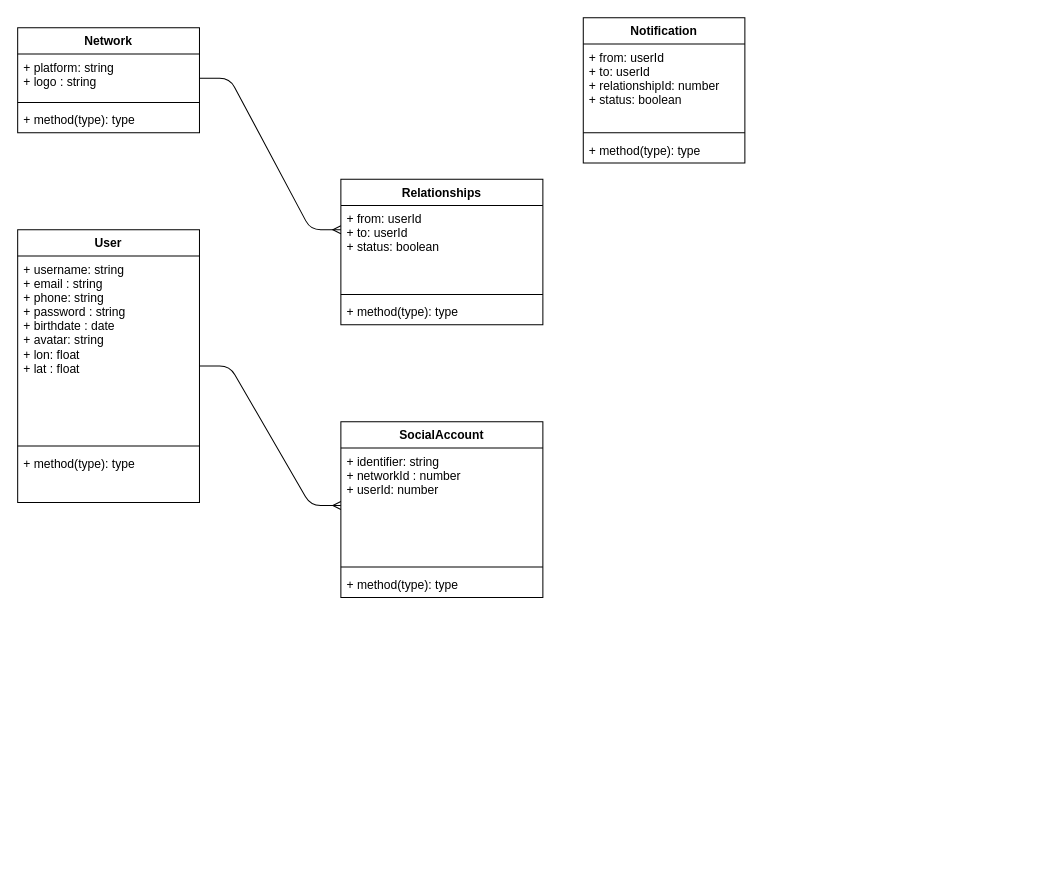
kayode-adechinan/social-api-class-diagram keeps this draw.io diagram as eyeco.drawio. Above is the earlier version. Source tidied: cells renumbered, new cells numbered last; positions are measured from the earlier drawing's top-left corner, leaving out a move shared by most shapes. Both pictures are drawn from the tidied source at 101%, with x=0, y=0 at pixel (17, 17).
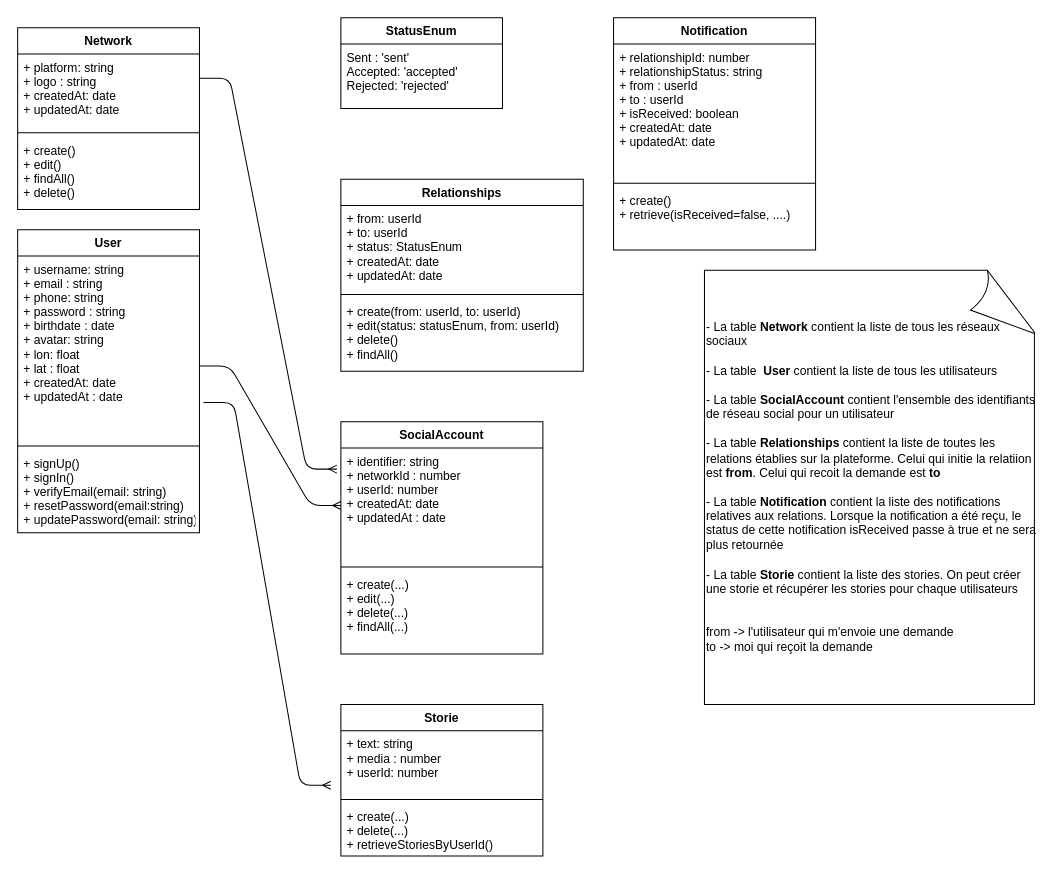
The same page after the edit.

Change to the diagram source:
```diff
@@
     <mxCell id="2" value="User" style="swimlane;fontStyle=1;align=center;verticalAlign=top;horizontal=1;startSize=26;" parent="1" vertex="1">
-      <mxGeometry y="210" width="180" height="270" as="geometry" />
+      <mxGeometry y="210" width="180" height="300" as="geometry" />
     </mxCell>
-    <mxCell id="3" value="+ username: string&#10;+ email : string&#10;+ phone: string&#10;+ password : string&#10;+ birthdate : date&#10;+ avatar: string&#10;+ lon: float&#10;+ lat : float" style="text;strokeColor=none;fillColor=none;align=left;verticalAlign=top;spacingLeft=4;spacingRight=4;overflow=hidden;points=[[0,0.5],[1,0.5]];portConstraint=eastwest;" parent="2" vertex="1">
+    <mxCell id="3" value="+ username: string&#10;+ email : string&#10;+ phone: string&#10;+ password : string&#10;+ birthdate : date&#10;+ avatar: string&#10;+ lon: float&#10;+ lat : float&#10;+ createdAt: date&#10;+ updatedAt : date" style="text;strokeColor=none;fillColor=none;align=left;verticalAlign=top;spacingLeft=4;spacingRight=4;overflow=hidden;points=[[0,0.5],[1,0.5]];portConstraint=eastwest;" parent="2" vertex="1">
       <mxGeometry y="26" width="180" height="184" as="geometry" />
     </mxCell>
@@
-    <mxCell id="5" value="+ method(type): type" style="text;strokeColor=none;fillColor=none;align=left;verticalAlign=top;spacingLeft=4;spacingRight=4;overflow=hidden;" parent="2" vertex="1">
-      <mxGeometry y="218" width="180" height="52" as="geometry" />
+    <mxCell id="5" value="+ signUp()&#10;+ signIn()&#10;+ verifyEmail(email: string)&#10;+ resetPassword(email:string)&#10;+ updatePassword(email: string)" style="text;strokeColor=none;fillColor=none;align=left;verticalAlign=top;spacingLeft=4;spacingRight=4;overflow=hidden;" parent="2" vertex="1">
+      <mxGeometry y="218" width="180" height="82" as="geometry" />
     </mxCell>
     <mxCell id="6" value="SocialAccount" style="swimlane;fontStyle=1;align=center;verticalAlign=top;horizontal=1;startSize=26;" parent="1" vertex="1">
-      <mxGeometry x="320" y="400" width="200" height="174" as="geometry" />
+      <mxGeometry x="320" y="400" width="200" height="230" as="geometry" />
     </mxCell>
-    <mxCell id="7" value="+ identifier: string&#10;+ networkId : number&#10;+ userId: number" style="text;strokeColor=none;fillColor=none;align=left;verticalAlign=top;spacingLeft=4;spacingRight=4;overflow=hidden;points=[[0,0.5],[1,0.5]];portConstraint=eastwest;" parent="6" vertex="1">
+    <mxCell id="7" value="+ identifier: string&#10;+ networkId : number&#10;+ userId: number&#10;+ createdAt: date&#10;+ updatedAt : date" style="text;strokeColor=none;fillColor=none;align=left;verticalAlign=top;spacingLeft=4;spacingRight=4;overflow=hidden;points=[[0,0.5],[1,0.5]];portConstraint=eastwest;" parent="6" vertex="1">
       <mxGeometry y="26" width="200" height="114" as="geometry" />
     </mxCell>
@@
-    <mxCell id="9" value="+ method(type): type" style="text;strokeColor=none;fillColor=none;align=left;verticalAlign=top;spacingLeft=4;spacingRight=4;overflow=hidden;" parent="6" vertex="1">
-      <mxGeometry y="148" width="200" height="26" as="geometry" />
+    <mxCell id="9" value="+ create(...)&#10;+ edit(...)&#10;+ delete(...)&#10;+ findAll(...)" style="text;strokeColor=none;fillColor=none;align=left;verticalAlign=top;spacingLeft=4;spacingRight=4;overflow=hidden;" parent="6" vertex="1">
+      <mxGeometry y="148" width="200" height="82" as="geometry" />
     </mxCell>
     <mxCell id="10" value="Network" style="swimlane;fontStyle=1;align=center;verticalAlign=top;horizontal=1;startSize=26;" parent="1" vertex="1">
-      <mxGeometry y="10" width="180" height="104" as="geometry" />
+      <mxGeometry y="10" width="180" height="180" as="geometry" />
     </mxCell>
-    <mxCell id="11" value="+ platform: string&#10;+ logo : string&#10;" style="text;strokeColor=none;fillColor=none;align=left;verticalAlign=top;spacingLeft=4;spacingRight=4;overflow=hidden;" parent="10" vertex="1">
-      <mxGeometry y="26" width="180" height="44" as="geometry" />
+    <mxCell id="11" value="+ platform: string&#10;+ logo : string&#10;+ createdAt: date&#10;+ updatedAt: date&#10;" style="text;strokeColor=none;fillColor=none;align=left;verticalAlign=top;spacingLeft=4;spacingRight=4;overflow=hidden;" parent="10" vertex="1">
+      <mxGeometry y="26" width="180" height="74" as="geometry" />
     </mxCell>
     <mxCell id="12" style="line;strokeWidth=1;fillColor=none;align=left;verticalAlign=middle;spacingTop=-1;spacingLeft=3;spacingRight=3;labelPosition=right;" parent="10" vertex="1">
-      <mxGeometry y="70" width="180" height="8" as="geometry" />
+      <mxGeometry y="100" width="180" height="8" as="geometry" />
     </mxCell>
-    <mxCell id="13" value="+ method(type): type" style="text;strokeColor=none;fillColor=none;align=left;verticalAlign=top;spacingLeft=4;spacingRight=4;overflow=hidden;" parent="10" vertex="1">
-      <mxGeometry y="78" width="180" height="26" as="geometry" />
+    <mxCell id="13" value="+ create()&#10;+ edit()&#10;+ findAll()&#10;+ delete()" style="text;strokeColor=none;fillColor=none;align=left;verticalAlign=top;spacingLeft=4;spacingRight=4;overflow=hidden;" parent="10" vertex="1">
+      <mxGeometry y="108" width="180" height="72" as="geometry" />
     </mxCell>
     <mxCell id="14" value="Relationships" style="swimlane;fontStyle=1;align=center;verticalAlign=top;horizontal=1;startSize=26;" parent="1" vertex="1">
-      <mxGeometry x="320" y="160" width="200" height="144" as="geometry" />
+      <mxGeometry x="320" y="160" width="240" height="190" as="geometry" />
     </mxCell>
-    <mxCell id="15" value="+ from: userId&#10;+ to: userId&#10;+ status: boolean" style="text;strokeColor=none;fillColor=none;align=left;verticalAlign=top;spacingLeft=4;spacingRight=4;overflow=hidden;" parent="14" vertex="1">
-      <mxGeometry y="26" width="200" height="84" as="geometry" />
+    <mxCell id="15" value="+ from: userId&#10;+ to: userId&#10;+ status: StatusEnum&#10;+ createdAt: date&#10;+ updatedAt: date" style="text;strokeColor=none;fillColor=none;align=left;verticalAlign=top;spacingLeft=4;spacingRight=4;overflow=hidden;" parent="14" vertex="1">
+      <mxGeometry y="26" width="240" height="84" as="geometry" />
     </mxCell>
     <mxCell id="16" style="line;strokeWidth=1;fillColor=none;align=left;verticalAlign=middle;spacingTop=-1;spacingLeft=3;spacingRight=3;labelPosition=right;" parent="14" vertex="1">
-      <mxGeometry y="110" width="200" height="8" as="geometry" />
+      <mxGeometry y="110" width="240" height="8" as="geometry" />
     </mxCell>
-    <mxCell id="17" value="+ method(type): type" style="text;strokeColor=none;fillColor=none;align=left;verticalAlign=top;spacingLeft=4;spacingRight=4;overflow=hidden;" parent="14" vertex="1">
-      <mxGeometry y="118" width="200" height="26" as="geometry" />
+    <mxCell id="17" value="+ create(from: userId, to: userId)&#10;+ edit(status: statusEnum, from: userId)&#10;+ delete()&#10;+ findAll()" style="text;strokeColor=none;fillColor=none;align=left;verticalAlign=top;spacingLeft=4;spacingRight=4;overflow=hidden;" parent="14" vertex="1">
+      <mxGeometry y="118" width="240" height="72" as="geometry" />
     </mxCell>
     <mxCell id="18" value="Notification" style="swimlane;fontStyle=1;align=center;verticalAlign=top;horizontal=1;startSize=26;" parent="1" vertex="1">
-      <mxGeometry x="560" width="160" height="144" as="geometry" />
+      <mxGeometry x="590" width="200" height="230" as="geometry" />
     </mxCell>
-    <mxCell id="19" value="+ from: userId&#10;+ to: userId&#10;+ relationshipId: number&#10;+ status: boolean" style="text;strokeColor=none;fillColor=none;align=left;verticalAlign=top;spacingLeft=4;spacingRight=4;overflow=hidden;" parent="18" vertex="1">
-      <mxGeometry y="26" width="160" height="84" as="geometry" />
+    <mxCell id="19" value="+ relationshipId: number&#10;+ relationshipStatus: string&#10;+ from : userId&#10;+ to : userId&#10;+ isReceived: boolean&#10;+ createdAt: date&#10;+ updatedAt: date" style="text;strokeColor=none;fillColor=none;align=left;verticalAlign=top;spacingLeft=4;spacingRight=4;overflow=hidden;" parent="18" vertex="1">
+      <mxGeometry y="26" width="200" height="134" as="geometry" />
     </mxCell>
     <mxCell id="20" style="line;strokeWidth=1;fillColor=none;align=left;verticalAlign=middle;spacingTop=-1;spacingLeft=3;spacingRight=3;labelPosition=right;" parent="18" vertex="1">
-      <mxGeometry y="110" width="160" height="8" as="geometry" />
+      <mxGeometry y="160" width="200" height="8" as="geometry" />
     </mxCell>
-    <mxCell id="21" value="+ method(type): type" style="text;strokeColor=none;fillColor=none;align=left;verticalAlign=top;spacingLeft=4;spacingRight=4;overflow=hidden;" parent="18" vertex="1">
-      <mxGeometry y="118" width="160" height="26" as="geometry" />
+    <mxCell id="21" value="+ create()&#10;+ retrieve(isReceived=false, ....)" style="text;strokeColor=none;fillColor=none;align=left;verticalAlign=top;spacingLeft=4;spacingRight=4;overflow=hidden;" parent="18" vertex="1">
+      <mxGeometry y="168" width="200" height="62" as="geometry" />
     </mxCell>
@@
-    <mxCell id="23" style="edgeStyle=entityRelationEdgeStyle;fontSize=12;html=1;endArrow=ERmany;" parent="1" edge="1">
+    <mxCell id="23" style="edgeStyle=entityRelationEdgeStyle;fontSize=12;html=1;endArrow=ERmany;entryX=-0.02;entryY=0.184;entryDx=0;entryDy=0;entryPerimeter=0;" parent="1" edge="1" target="7">
       <mxGeometry relative="1" as="geometry">
         <mxPoint x="180" y="60" as="sourcePoint" />
-        <mxPoint x="320" y="210" as="targetPoint" />
       </mxGeometry>
     </mxCell>
+    <mxCell id="24" value="Storie" style="swimlane;fontStyle=1;align=center;verticalAlign=top;horizontal=1;startSize=26;" parent="1" vertex="1">
+      <mxGeometry x="320" y="680" width="200" height="150" as="geometry" />
+    </mxCell>
+    <mxCell id="25" value="+ text: string&#10;+ media : number&#10;+ userId: number" style="text;strokeColor=none;fillColor=none;align=left;verticalAlign=top;spacingLeft=4;spacingRight=4;overflow=hidden;" parent="24" vertex="1">
+      <mxGeometry y="26" width="200" height="64" as="geometry" />
+    </mxCell>
+    <mxCell id="26" style="line;strokeWidth=1;fillColor=none;align=left;verticalAlign=middle;spacingTop=-1;spacingLeft=3;spacingRight=3;labelPosition=right;" parent="24" vertex="1">
+      <mxGeometry y="90" width="200" height="8" as="geometry" />
+    </mxCell>
+    <mxCell id="27" value="+ create(...)&#10;+ delete(...)&#10;+ retrieveStoriesByUserId()" style="text;strokeColor=none;fillColor=none;align=left;verticalAlign=top;spacingLeft=4;spacingRight=4;overflow=hidden;" parent="24" vertex="1">
+      <mxGeometry y="98" width="200" height="52" as="geometry" />
+    </mxCell>
+    <mxCell id="28" style="edgeStyle=entityRelationEdgeStyle;fontSize=12;html=1;endArrow=ERmany;exitX=1.022;exitY=0.788;exitDx=0;exitDy=0;exitPerimeter=0;" parent="1" edge="1" source="3">
+      <mxGeometry relative="1" as="geometry">
+        <mxPoint x="310" y="760" as="targetPoint" />
+      </mxGeometry>
+    </mxCell>
+    <mxCell id="29" value="StatusEnum" style="swimlane;fontStyle=1;align=center;verticalAlign=top;horizontal=1;startSize=26;" parent="1" vertex="1">
+      <mxGeometry x="320" width="160" height="90" as="geometry" />
+    </mxCell>
+    <mxCell id="30" value="Sent : 'sent'&#10;Accepted: 'accepted'&#10;Rejected: 'rejected'&#10;" style="text;strokeColor=none;fillColor=none;align=left;verticalAlign=top;spacingLeft=4;spacingRight=4;overflow=hidden;" parent="29" vertex="1">
+      <mxGeometry y="26" width="160" height="64" as="geometry" />
+    </mxCell>
+    <mxCell id="31" value="- La table&lt;b&gt; Network&lt;/b&gt; contient la liste de tous les réseaux sociaux&lt;br&gt;&lt;br&gt;- La table&amp;nbsp;&amp;nbsp;&lt;b&gt;User&lt;/b&gt; contient la liste de tous les utilisateurs&lt;br&gt;&lt;br&gt;- La table &lt;b&gt;SocialAccount &lt;/b&gt;contient l'ensemble des identifiants de réseau social pour un utilisateur&lt;br&gt;&lt;br&gt;- La table&lt;b&gt; Relationships&lt;/b&gt; contient la liste de toutes les relations établies sur la plateforme. Celui qui initie la relatiion est&lt;b&gt; from&lt;/b&gt;. Celui qui recoit la demande est &lt;b&gt;to&lt;/b&gt;&lt;br&gt;&lt;br&gt;- La table &lt;b&gt;Notification&lt;/b&gt; contient la liste des notifications relatives aux relations. Lorsque la notification a été reçu, le status de cette notification isReceived passe à true et ne sera plus retournée&lt;br&gt;&lt;br&gt;- La table &lt;b&gt;Storie&lt;/b&gt; contient la liste des stories. On peut créer une storie et récupérer les stories pour chaque utilisateurs&lt;br&gt;&lt;br&gt;&lt;br&gt;from -&amp;gt; l'utilisateur qui m'envoie une demande&lt;br&gt;to -&amp;gt; moi qui reçoit la demande" style="whiteSpace=wrap;html=1;shape=mxgraph.basic.document;align=left;" parent="1" vertex="1">
+      <mxGeometry x="680" y="250" width="330" height="430" as="geometry" />
+    </mxCell>
```
